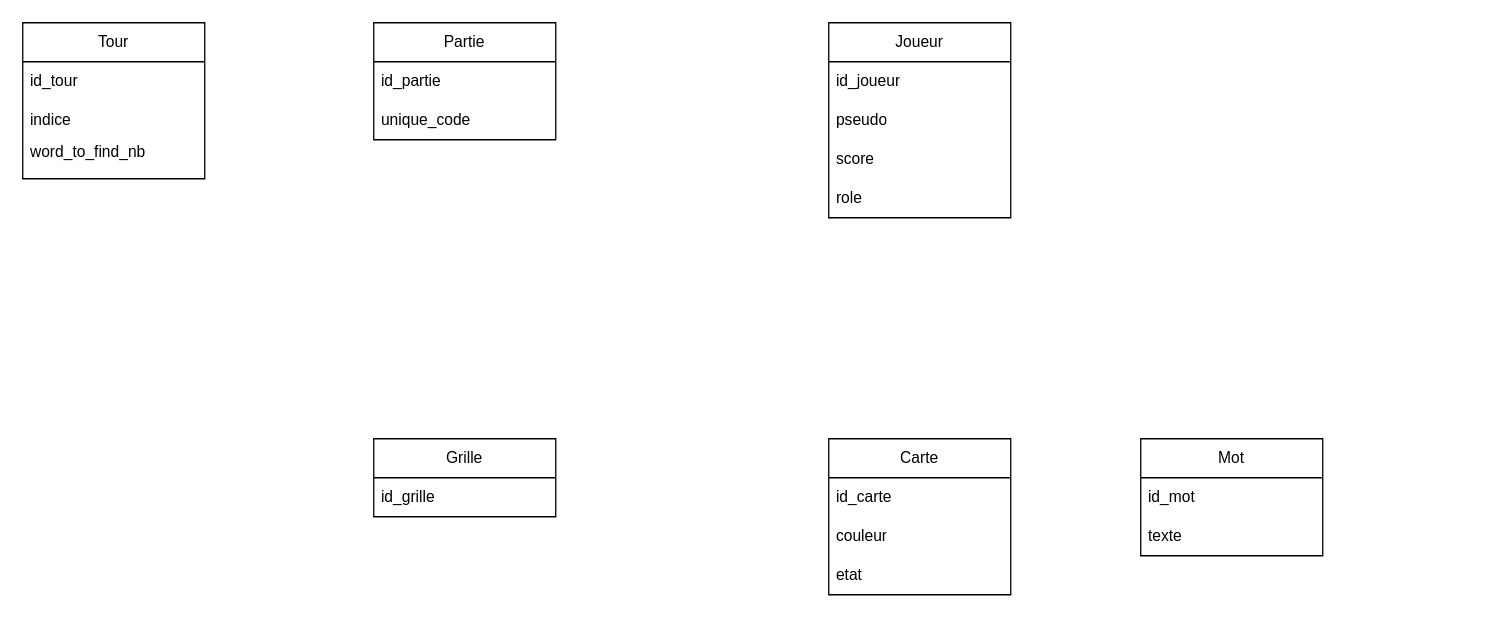
This is poly_names.drawio from JinxYTW/Poly_Names, a draw.io file, before an edit. Source tidied: cells renumbered, new cells numbered last; positions are measured from the earlier drawing's top-left corner, leaving out a move shared by most shapes. Both pictures are drawn from the tidied source at 130%, with x=0, y=0 at pixel (22, 22).
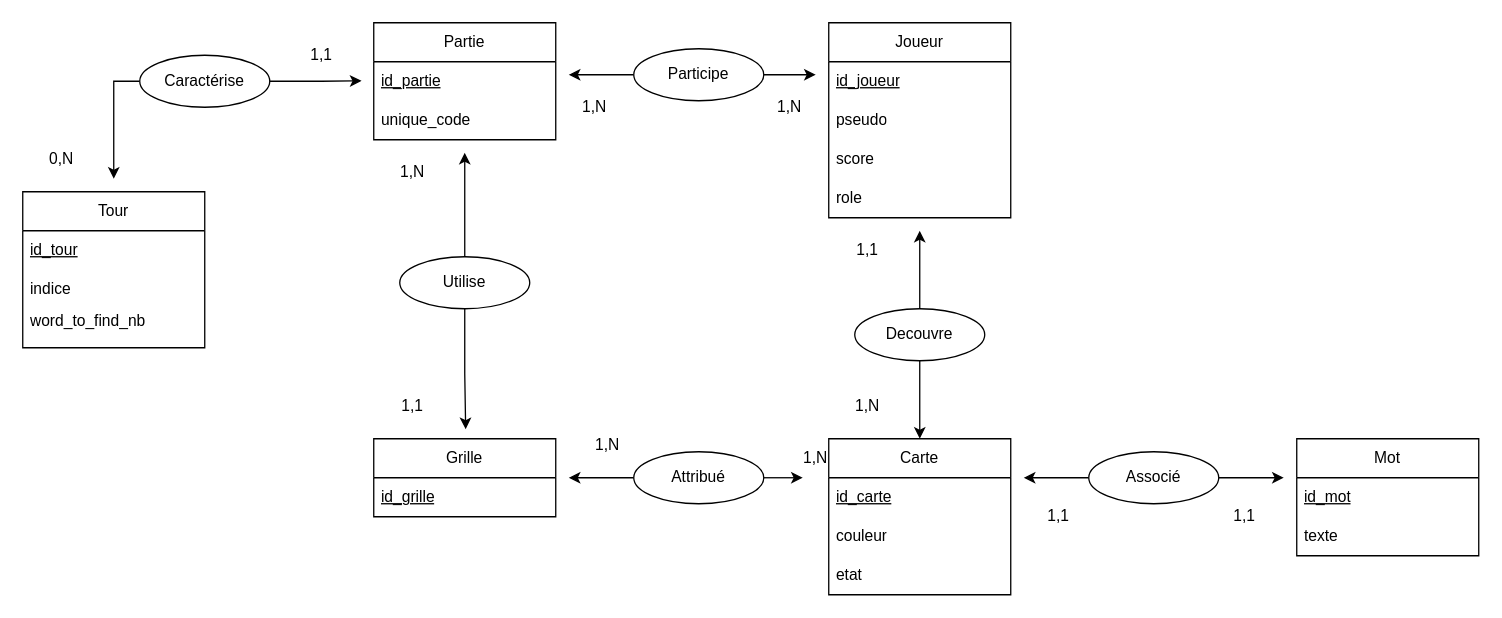
After the change.

Commit message:
Relation table à perfectionner

Unchanged cells that the change refers to:
```xml
<mxCell id="2" value="Partie" style="swimlane;fontStyle=0;horizontal=1;startSize=30;whiteSpace=wrap;html=1;" parent="1" vertex="1">
  <mxGeometry x="270" width="140" height="90" as="geometry" />
</mxCell>
<mxCell id="5" value="Grille" style="swimlane;fontStyle=0;horizontal=1;startSize=30;whiteSpace=wrap;html=1;" parent="1" vertex="1">
  <mxGeometry x="270" y="320" width="140" height="60" as="geometry" />
</mxCell>
<mxCell id="7" value="Carte" style="swimlane;fontStyle=0;horizontal=1;startSize=30;whiteSpace=wrap;html=1;" parent="1" vertex="1">
  <mxGeometry x="620" y="320" width="140" height="120" as="geometry" />
</mxCell>
<mxCell id="14" value="Joueur" style="swimlane;fontStyle=0;horizontal=1;startSize=30;whiteSpace=wrap;html=1;" parent="1" vertex="1">
  <mxGeometry x="620" width="140" height="150" as="geometry" />
</mxCell>
```

Diff of the diagram source:
```diff
@@
-    <mxCell id="3" value="id_partie" style="text;strokeColor=none;fillColor=none;align=left;verticalAlign=middle;spacingLeft=4;spacingRight=4;overflow=hidden;points=[[0,0.5],[1,0.5]];portConstraint=eastwest;whiteSpace=wrap;html=1;" parent="2" vertex="1">
+    <mxCell id="3" value="&lt;u&gt;id_partie&lt;/u&gt;" style="text;strokeColor=none;fillColor=none;align=left;verticalAlign=middle;spacingLeft=4;spacingRight=4;overflow=hidden;points=[[0,0.5],[1,0.5]];portConstraint=eastwest;whiteSpace=wrap;html=1;" parent="2" vertex="1">
       <mxGeometry y="30" width="140" height="30" as="geometry" />
     </mxCell>
@@
-    <mxCell id="6" value="id_grille" style="text;strokeColor=none;fillColor=none;align=left;verticalAlign=middle;spacingLeft=4;spacingRight=4;overflow=hidden;whiteSpace=wrap;html=1;" parent="5" vertex="1">
+    <mxCell id="6" value="&lt;u&gt;id_grille&lt;/u&gt;" style="text;strokeColor=none;fillColor=none;align=left;verticalAlign=middle;spacingLeft=4;spacingRight=4;overflow=hidden;whiteSpace=wrap;html=1;" parent="5" vertex="1">
       <mxGeometry y="30" width="140" height="30" as="geometry" />
     </mxCell>
@@
-    <mxCell id="8" value="id_carte" style="text;strokeColor=none;fillColor=none;align=left;verticalAlign=middle;spacingLeft=4;spacingRight=4;overflow=hidden;whiteSpace=wrap;html=1;" parent="7" vertex="1">
+    <mxCell id="8" value="&lt;u&gt;id_carte&lt;/u&gt;" style="text;strokeColor=none;fillColor=none;align=left;verticalAlign=middle;spacingLeft=4;spacingRight=4;overflow=hidden;whiteSpace=wrap;html=1;" parent="7" vertex="1">
       <mxGeometry y="30" width="140" height="30" as="geometry" />
     </mxCell>
@@
     <mxCell id="11" value="Mot" style="swimlane;fontStyle=0;horizontal=1;startSize=30;whiteSpace=wrap;html=1;" parent="1" vertex="1">
-      <mxGeometry x="860" y="320" width="140" height="90" as="geometry" />
+      <mxGeometry x="980" y="320" width="140" height="90" as="geometry" />
     </mxCell>
-    <mxCell id="12" value="id_mot" style="text;strokeColor=none;fillColor=none;align=left;verticalAlign=middle;spacingLeft=4;spacingRight=4;overflow=hidden;whiteSpace=wrap;html=1;" parent="11" vertex="1">
+    <mxCell id="12" value="&lt;u style=&quot;&quot;&gt;id_mot&lt;/u&gt;" style="text;strokeColor=none;fillColor=none;align=left;verticalAlign=middle;spacingLeft=4;spacingRight=4;overflow=hidden;whiteSpace=wrap;html=1;" parent="11" vertex="1">
       <mxGeometry y="30" width="140" height="30" as="geometry" />
     </mxCell>
@@
-    <mxCell id="15" value="id_joueur" style="text;strokeColor=none;fillColor=none;align=left;verticalAlign=middle;spacingLeft=4;spacingRight=4;overflow=hidden;whiteSpace=wrap;html=1;" parent="14" vertex="1">
+    <mxCell id="15" value="&lt;u&gt;id_joueur&lt;/u&gt;" style="text;strokeColor=none;fillColor=none;align=left;verticalAlign=middle;spacingLeft=4;spacingRight=4;overflow=hidden;whiteSpace=wrap;html=1;" parent="14" vertex="1">
       <mxGeometry y="30" width="140" height="30" as="geometry" />
     </mxCell>
@@
     <mxCell id="19" value="Tour" style="swimlane;fontStyle=0;horizontal=1;startSize=30;whiteSpace=wrap;html=1;" parent="1" vertex="1">
-      <mxGeometry width="140" height="120" as="geometry" />
+      <mxGeometry y="130" width="140" height="120" as="geometry" />
     </mxCell>
-    <mxCell id="20" value="id_tour" style="text;strokeColor=none;fillColor=none;align=left;verticalAlign=middle;spacingLeft=4;spacingRight=4;overflow=hidden;whiteSpace=wrap;html=1;" parent="19" vertex="1">
+    <mxCell id="20" value="&lt;u&gt;id_tour&lt;/u&gt;" style="text;strokeColor=none;fillColor=none;align=left;verticalAlign=middle;spacingLeft=4;spacingRight=4;overflow=hidden;whiteSpace=wrap;html=1;" parent="19" vertex="1">
       <mxGeometry y="30" width="140" height="30" as="geometry" />
     </mxCell>
@@
+    <mxCell id="23" style="edgeStyle=orthogonalEdgeStyle;rounded=0;jettySize=auto;html=1;exitX=0;exitY=0.5;exitDx=0;exitDy=0;" parent="1" edge="1" source="24">
+      <mxGeometry relative="1" as="geometry">
+        <mxPoint x="70" y="120" as="targetPoint" />
+      </mxGeometry>
+    </mxCell>
+    <mxCell id="24" value="Caractérise" style="ellipse;whiteSpace=wrap;html=1;align=center;" parent="1" vertex="1">
+      <mxGeometry x="90" y="25" width="100" height="40" as="geometry" />
+    </mxCell>
+    <mxCell id="25" style="edgeStyle=orthogonalEdgeStyle;rounded=0;jettySize=auto;html=1;exitX=0.5;exitY=0;exitDx=0;exitDy=0;" parent="1" edge="1" source="26">
+      <mxGeometry relative="1" as="geometry">
+        <mxPoint x="340" y="100" as="targetPoint" />
+      </mxGeometry>
+    </mxCell>
+    <mxCell id="26" value="Utilise" style="ellipse;whiteSpace=wrap;html=1;align=center;" parent="1" vertex="1">
+      <mxGeometry x="290" y="180" width="100" height="40" as="geometry" />
+    </mxCell>
+    <mxCell id="27" style="edgeStyle=orthogonalEdgeStyle;rounded=0;jettySize=auto;html=1;exitX=0;exitY=0.5;exitDx=0;exitDy=0;" parent="1" edge="1" source="29">
+      <mxGeometry relative="1" as="geometry">
+        <mxPoint x="420" y="40" as="targetPoint" />
+      </mxGeometry>
+    </mxCell>
+    <mxCell id="28" style="edgeStyle=orthogonalEdgeStyle;rounded=0;jettySize=auto;html=1;exitX=1;exitY=0.5;exitDx=0;exitDy=0;" parent="1" edge="1" source="29">
+      <mxGeometry relative="1" as="geometry">
+        <mxPoint x="610" y="40" as="targetPoint" />
+      </mxGeometry>
+    </mxCell>
+    <mxCell id="29" value="Participe" style="ellipse;whiteSpace=wrap;html=1;align=center;" parent="1" vertex="1">
+      <mxGeometry x="470" y="20" width="100" height="40" as="geometry" />
+    </mxCell>
+    <mxCell id="30" style="edgeStyle=orthogonalEdgeStyle;rounded=0;jettySize=auto;html=1;exitX=1;exitY=0.5;exitDx=0;exitDy=0;" parent="1" edge="1" source="32">
+      <mxGeometry relative="1" as="geometry">
+        <mxPoint x="600" y="350" as="targetPoint" />
+      </mxGeometry>
+    </mxCell>
+    <mxCell id="31" style="edgeStyle=orthogonalEdgeStyle;rounded=0;jettySize=auto;html=1;exitX=0;exitY=0.5;exitDx=0;exitDy=0;" parent="1" edge="1" source="32">
+      <mxGeometry relative="1" as="geometry">
+        <mxPoint x="420" y="350" as="targetPoint" />
+      </mxGeometry>
+    </mxCell>
+    <mxCell id="32" value="Attribué" style="ellipse;whiteSpace=wrap;html=1;align=center;" parent="1" vertex="1">
+      <mxGeometry x="470" y="330" width="100" height="40" as="geometry" />
+    </mxCell>
+    <mxCell id="33" style="edgeStyle=orthogonalEdgeStyle;rounded=0;jettySize=auto;html=1;exitX=0.5;exitY=1;exitDx=0;exitDy=0;" parent="1" edge="1" source="35" target="7">
+      <mxGeometry relative="1" as="geometry" />
+    </mxCell>
+    <mxCell id="34" style="edgeStyle=orthogonalEdgeStyle;rounded=0;jettySize=auto;html=1;exitX=0.5;exitY=0;exitDx=0;exitDy=0;" parent="1" edge="1" source="35">
+      <mxGeometry relative="1" as="geometry">
+        <mxPoint x="690" y="160" as="targetPoint" />
+      </mxGeometry>
+    </mxCell>
+    <mxCell id="35" value="Decouvre" style="ellipse;whiteSpace=wrap;html=1;align=center;" parent="1" vertex="1">
+      <mxGeometry x="640" y="220" width="100" height="40" as="geometry" />
+    </mxCell>
+    <mxCell id="36" style="edgeStyle=orthogonalEdgeStyle;rounded=0;jettySize=auto;html=1;exitX=0;exitY=0.5;exitDx=0;exitDy=0;" parent="1" edge="1" source="38">
+      <mxGeometry relative="1" as="geometry">
+        <mxPoint x="770" y="350" as="targetPoint" />
+      </mxGeometry>
+    </mxCell>
+    <mxCell id="37" style="edgeStyle=orthogonalEdgeStyle;rounded=0;jettySize=auto;html=1;exitX=1;exitY=0.5;exitDx=0;exitDy=0;" parent="1" edge="1" source="38">
+      <mxGeometry relative="1" as="geometry">
+        <mxPoint x="970" y="350" as="targetPoint" />
+      </mxGeometry>
+    </mxCell>
+    <mxCell id="38" value="Associé" style="ellipse;whiteSpace=wrap;html=1;align=center;" parent="1" vertex="1">
+      <mxGeometry x="820" y="330" width="100" height="40" as="geometry" />
+    </mxCell>
+    <mxCell id="39" style="edgeStyle=orthogonalEdgeStyle;rounded=0;jettySize=auto;html=1;exitX=0.5;exitY=1;exitDx=0;exitDy=0;entryX=0.505;entryY=-0.122;entryDx=0;entryDy=0;entryPerimeter=0;" parent="1" edge="1" source="26" target="5">
+      <mxGeometry relative="1" as="geometry" />
+    </mxCell>
+    <mxCell id="40" style="edgeStyle=orthogonalEdgeStyle;rounded=0;jettySize=auto;html=1;exitX=1;exitY=0.5;exitDx=0;exitDy=0;entryX=-0.067;entryY=0.489;entryDx=0;entryDy=0;entryPerimeter=0;" parent="1" edge="1" source="24" target="3">
+      <mxGeometry relative="1" as="geometry" />
+    </mxCell>
+    <mxCell id="41" value="0,N" style="text;html=1;align=center;verticalAlign=middle;whiteSpace=wrap;rounded=0;" parent="1" vertex="1">
+      <mxGeometry y="90" width="60" height="30" as="geometry" />
+    </mxCell>
+    <mxCell id="42" value="1,N" style="text;html=1;align=center;verticalAlign=middle;whiteSpace=wrap;rounded=0;" parent="1" vertex="1">
+      <mxGeometry x="410" y="50" width="60" height="30" as="geometry" />
+    </mxCell>
+    <mxCell id="43" value="1,N" style="text;html=1;align=center;verticalAlign=middle;whiteSpace=wrap;rounded=0;" parent="1" vertex="1">
+      <mxGeometry x="560" y="50" width="60" height="30" as="geometry" />
+    </mxCell>
+    <mxCell id="44" value="1,1" style="text;html=1;align=center;verticalAlign=middle;whiteSpace=wrap;rounded=0;" parent="1" vertex="1">
+      <mxGeometry x="767" y="365" width="60" height="30" as="geometry" />
+    </mxCell>
+    <mxCell id="45" value="1,1" style="text;html=1;align=center;verticalAlign=middle;whiteSpace=wrap;rounded=0;" parent="1" vertex="1">
+      <mxGeometry x="910" y="365" width="60" height="30" as="geometry" />
+    </mxCell>
+    <mxCell id="46" value="1,1" style="text;html=1;align=center;verticalAlign=middle;whiteSpace=wrap;rounded=0;" parent="1" vertex="1">
+      <mxGeometry x="270" y="280" width="60" height="30" as="geometry" />
+    </mxCell>
+    <mxCell id="47" value="1,N" style="text;html=1;align=center;verticalAlign=middle;whiteSpace=wrap;rounded=0;" parent="1" vertex="1">
+      <mxGeometry x="270" y="100" width="60" height="30" as="geometry" />
+    </mxCell>
+    <mxCell id="48" value="1,1" style="text;html=1;align=center;verticalAlign=middle;whiteSpace=wrap;rounded=0;" parent="1" vertex="1">
+      <mxGeometry x="200" y="10" width="60" height="30" as="geometry" />
+    </mxCell>
+    <mxCell id="49" value="1,N" style="text;html=1;align=center;verticalAlign=middle;whiteSpace=wrap;rounded=0;" parent="1" vertex="1">
+      <mxGeometry x="620" y="280" width="60" height="30" as="geometry" />
+    </mxCell>
+    <mxCell id="50" value="1,1" style="text;html=1;align=center;verticalAlign=middle;whiteSpace=wrap;rounded=0;" parent="1" vertex="1">
+      <mxGeometry x="620" y="160" width="60" height="30" as="geometry" />
+    </mxCell>
+    <mxCell id="51" value="1,N" style="text;html=1;align=center;verticalAlign=middle;whiteSpace=wrap;rounded=0;" parent="1" vertex="1">
+      <mxGeometry x="580" y="320" width="60" height="30" as="geometry" />
+    </mxCell>
+    <mxCell id="52" value="1,N" style="text;html=1;align=center;verticalAlign=middle;whiteSpace=wrap;rounded=0;" parent="1" vertex="1">
+      <mxGeometry x="420" y="310" width="60" height="30" as="geometry" />
+    </mxCell>
```
